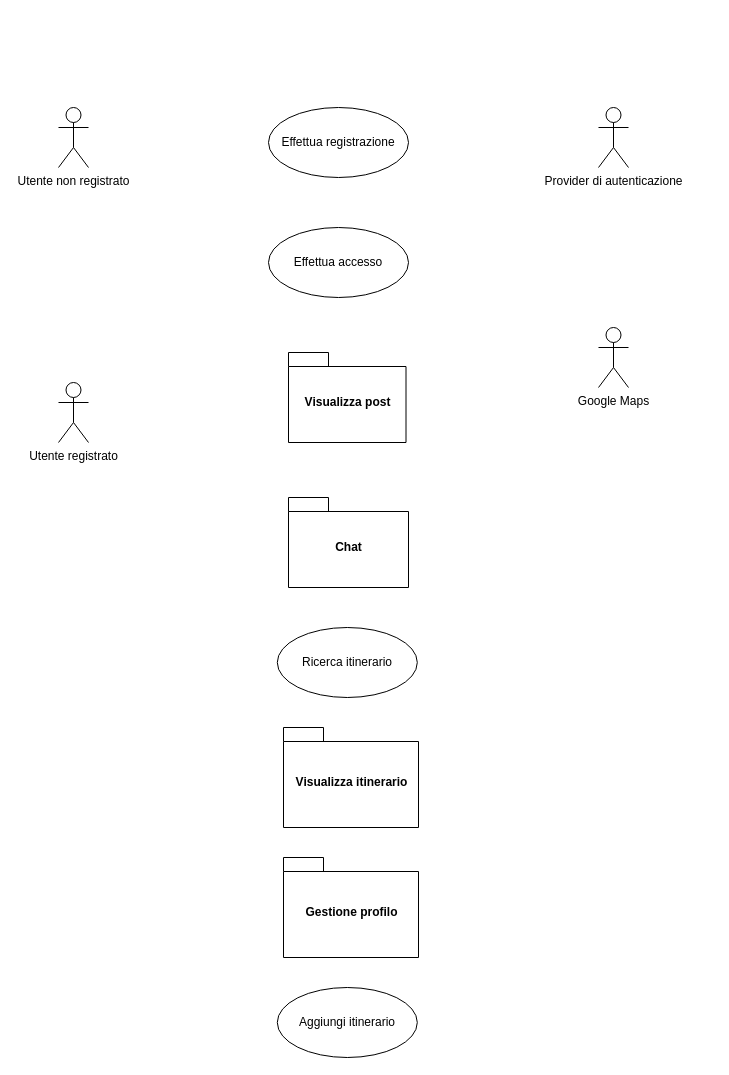
The draw.io diagram page "UseCase" (1 of 5) of useCase.drawio in archer-65/natour-2122, before the edit. Source tidied: cells renumbered, new cells numbered last; positions are measured from the earlier drawing's top-left corner, leaving out a move shared by most shapes. Both pictures are drawn from the tidied source at 100%, with x=0, y=0 at pixel (58, 107).
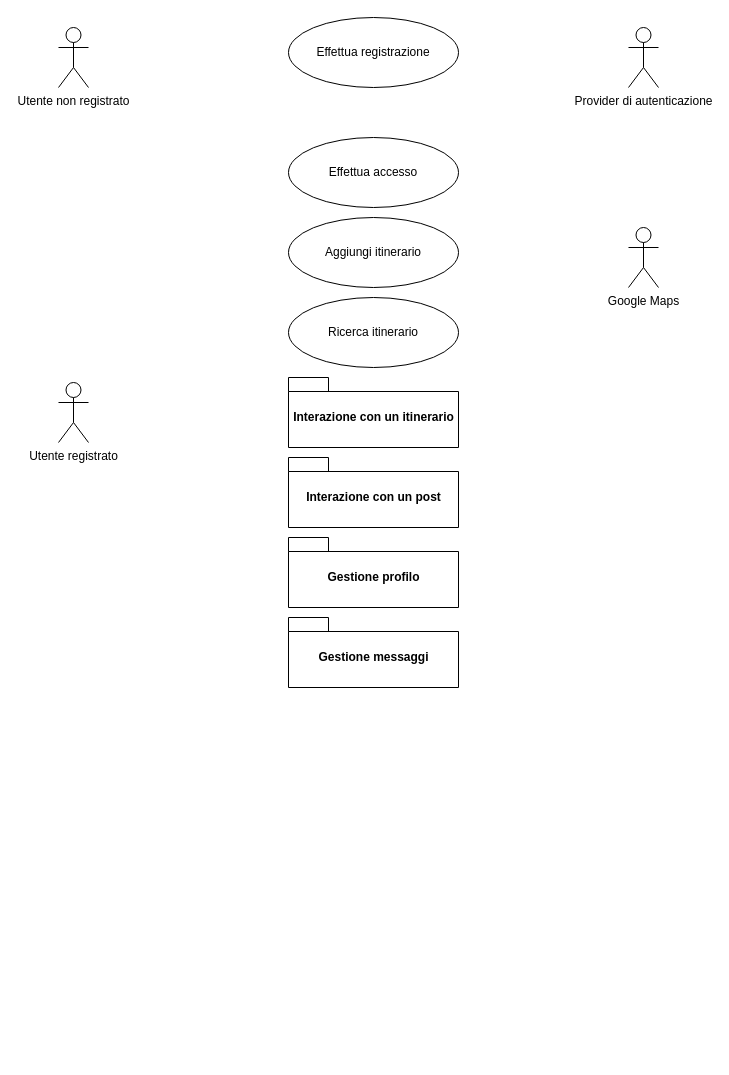
The same diagram, later.

Diff of the diagram source:
```diff
@@
 <mxGraphModel>
   <root>
     <mxCell id="0" />
     <mxCell id="1" parent="0" />
     <mxCell id="2" value="Utente non registrato" style="shape=umlActor;verticalLabelPosition=bottom;verticalAlign=top;html=1;" parent="1" vertex="1">
-      <mxGeometry width="30" height="60" as="geometry" />
+      <mxGeometry y="-80" width="30" height="60" as="geometry" />
     </mxCell>
     <mxCell id="3" value="Utente registrato" style="shape=umlActor;verticalLabelPosition=bottom;verticalAlign=top;html=1;" parent="1" vertex="1">
       <mxGeometry y="275" width="30" height="60" as="geometry" />
     </mxCell>
     <mxCell id="4" value="Effettua registrazione" style="ellipse;whiteSpace=wrap;html=1;" parent="1" vertex="1">
-      <mxGeometry x="210" width="140" height="70" as="geometry" />
+      <mxGeometry x="230" y="-90" width="170" height="70" as="geometry" />
     </mxCell>
     <mxCell id="5" value="Effettua accesso" style="ellipse;whiteSpace=wrap;html=1;" parent="1" vertex="1">
-      <mxGeometry x="210" y="120" width="140" height="70" as="geometry" />
+      <mxGeometry x="230" y="30" width="170" height="70" as="geometry" />
     </mxCell>
     <mxCell id="6" value="Provider di autenticazione" style="shape=umlActor;verticalLabelPosition=bottom;verticalAlign=top;html=1;" parent="1" vertex="1">
-      <mxGeometry x="540" width="30" height="60" as="geometry" />
+      <mxGeometry x="570" y="-80" width="30" height="60" as="geometry" />
     </mxCell>
     <mxCell id="7" value="Google Maps" style="shape=umlActor;verticalLabelPosition=bottom;verticalAlign=top;html=1;" parent="1" vertex="1">
-      <mxGeometry x="540" y="220" width="30" height="60" as="geometry" />
+      <mxGeometry x="570" y="120" width="30" height="60" as="geometry" />
     </mxCell>
-    <mxCell id="8" value="Visualizza post" style="shape=folder;fontStyle=1;spacingTop=10;tabWidth=40;tabHeight=14;tabPosition=left;html=1;" parent="1" vertex="1">
-      <mxGeometry x="230" y="245" width="117.5" height="90" as="geometry" />
+    <mxCell id="8" value="Interazione con un post" style="shape=folder;fontStyle=1;spacingTop=10;tabWidth=40;tabHeight=14;tabPosition=left;html=1;" parent="1" vertex="1">
+      <mxGeometry x="230" y="350" width="170" height="70" as="geometry" />
     </mxCell>
-    <mxCell id="9" value="Chat" style="shape=folder;fontStyle=1;spacingTop=10;tabWidth=40;tabHeight=14;tabPosition=left;html=1;" parent="1" vertex="1">
-      <mxGeometry x="230" y="390" width="120" height="90" as="geometry" />
+    <mxCell id="9" value="Gestione messaggi" style="shape=folder;fontStyle=1;spacingTop=10;tabWidth=40;tabHeight=14;tabPosition=left;html=1;" parent="1" vertex="1">
+      <mxGeometry x="230" y="510" width="170" height="70" as="geometry" />
     </mxCell>
     <mxCell id="10" value="Ricerca itinerario" style="ellipse;whiteSpace=wrap;html=1;" parent="1" vertex="1">
-      <mxGeometry x="218.8" y="520" width="140" height="70" as="geometry" />
+      <mxGeometry x="230" y="190" width="170" height="70" as="geometry" />
     </mxCell>
-    <mxCell id="11" value="Visualizza itinerario" style="shape=folder;fontStyle=1;spacingTop=10;tabWidth=40;tabHeight=14;tabPosition=left;html=1;" parent="1" vertex="1">
-      <mxGeometry x="225" y="620" width="135" height="100" as="geometry" />
+    <mxCell id="11" value="Interazione con un itinerario" style="shape=folder;fontStyle=1;spacingTop=10;tabWidth=40;tabHeight=14;tabPosition=left;html=1;" parent="1" vertex="1">
+      <mxGeometry x="230" y="270" width="170" height="70" as="geometry" />
     </mxCell>
     <mxCell id="12" value="Gestione profilo" style="shape=folder;fontStyle=1;spacingTop=10;tabWidth=40;tabHeight=14;tabPosition=left;html=1;" parent="1" vertex="1">
-      <mxGeometry x="225" y="750" width="135" height="100" as="geometry" />
+      <mxGeometry x="230" y="430" width="170" height="70" as="geometry" />
     </mxCell>
     <mxCell id="13" value="Aggiungi itinerario" style="ellipse;whiteSpace=wrap;html=1;" parent="1" vertex="1">
-      <mxGeometry x="218.8" y="880" width="140" height="70" as="geometry" />
+      <mxGeometry x="230" y="110" width="170" height="70" as="geometry" />
     </mxCell>
   </root>
 </mxGraphModel>
```
